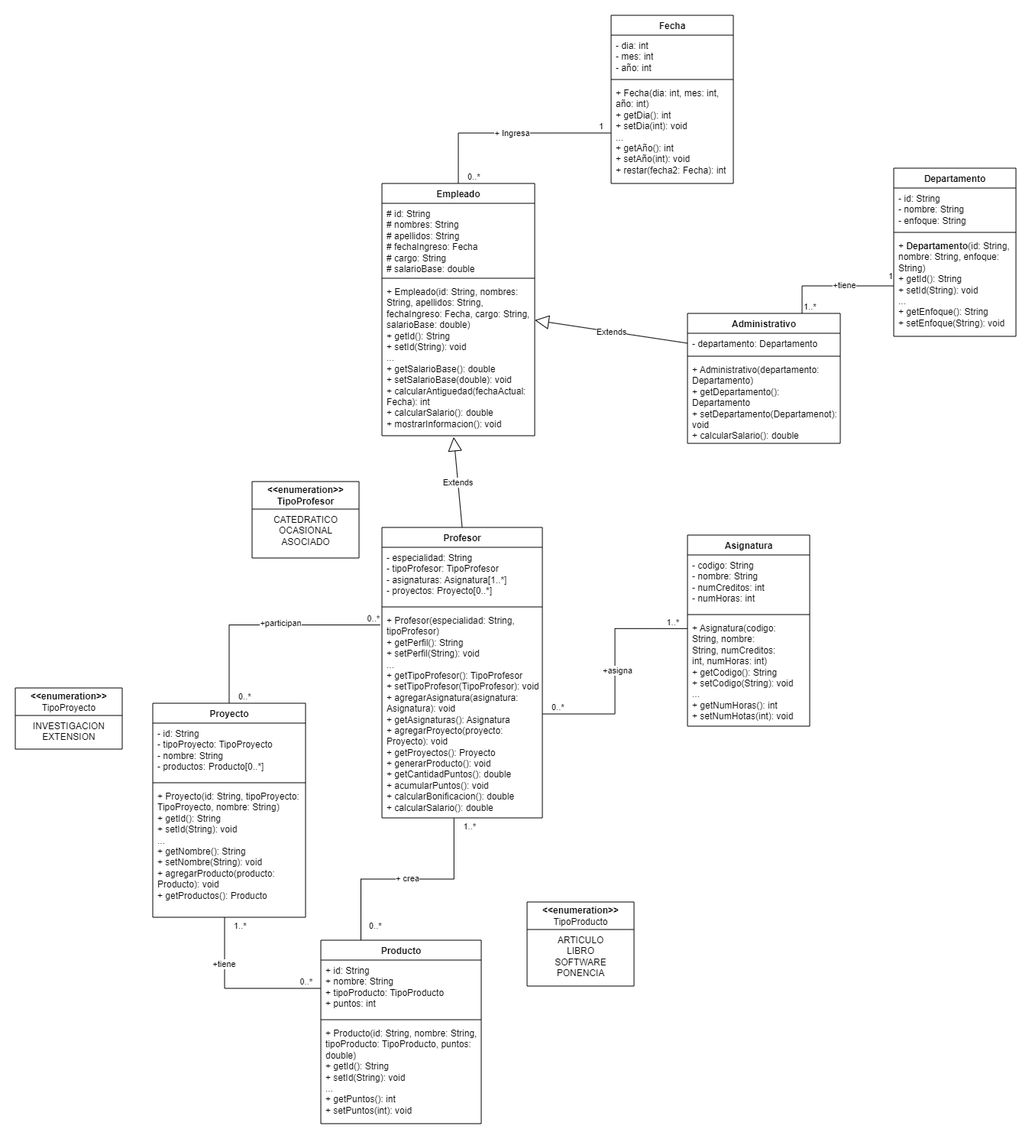
The draw.io diagram SistemaNominaAcademico/SistemaNominaAcademico.png in DiegoRodriguezUFPS/POO-1-B, before a commit. Source tidied: cells renumbered, new cells last; positions are measured from the earlier drawing's top-left corner, leaving out a move shared by most shapes.
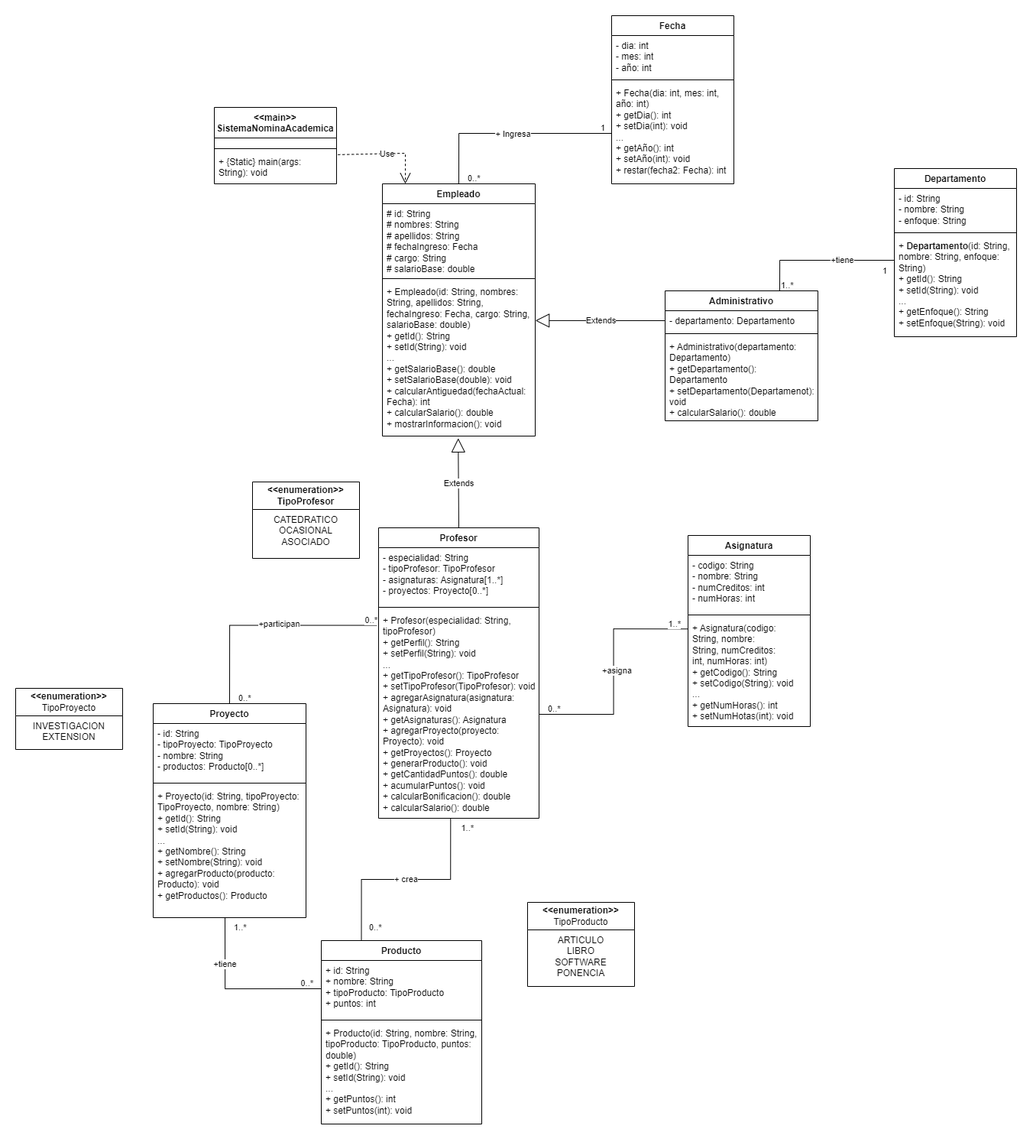
The same file after the commit.

Change to the diagram source:
```diff
@@ -15,7 +15,7 @@
       <mxGeometry y="128" width="200" height="202" as="geometry" />
     </mxCell>
     <mxCell id="6" value="Profesor" style="swimlane;fontStyle=1;align=center;verticalAlign=top;horizontal=1;startSize=26;whiteSpace=wrap;html=1;" parent="1" vertex="1">
-      <mxGeometry x="480" y="670" width="210" height="380" as="geometry" />
+      <mxGeometry x="475" y="670" width="210" height="380" as="geometry" />
     </mxCell>
     <mxCell id="7" value="&lt;div&gt;- especialidad: String&lt;/div&gt;&lt;div&gt;- tipoProfesor: TipoProfesor&lt;/div&gt;&lt;div&gt;- asignaturas: Asignatura[1..*]&lt;/div&gt;&lt;div&gt;- proyectos: Proyecto[0..*]&lt;/div&gt;" style="text;strokeColor=none;fillColor=none;align=left;verticalAlign=top;spacingLeft=4;spacingRight=4;overflow=hidden;whiteSpace=wrap;html=1;" parent="6" vertex="1">
       <mxGeometry y="26" width="210" height="74" as="geometry" />
@@ -38,7 +38,7 @@
     <mxCell id="13" value="+ Fecha(dia: int, mes: int, año: int)&lt;div&gt;+ getDia(): int&lt;/div&gt;&lt;div&gt;+ setDia(int): void&lt;/div&gt;&lt;div&gt;...&lt;/div&gt;&lt;div&gt;+ getAño(): int&lt;/div&gt;&lt;div&gt;+ setAño(int): void&lt;/div&gt;&lt;div&gt;+ restar(fecha2: Fecha): int&lt;/div&gt;" style="text;strokeColor=none;fillColor=none;align=left;verticalAlign=top;spacingLeft=4;spacingRight=4;overflow=hidden;points=[[0,0.5],[1,0.5]];portConstraint=eastwest;whiteSpace=wrap;html=1;" parent="10" vertex="1">
       <mxGeometry y="88" width="160" height="132" as="geometry" />
     </mxCell>
-    <mxCell id="14" value="Extends" style="endArrow=block;endSize=16;endFill=0;html=1;rounded=0;entryX=0.47;entryY=1.009;entryDx=0;entryDy=0;entryPerimeter=0;exitX=0.5;exitY=0;exitDx=0;exitDy=0;" parent="1" edge="1" source="6" target="5">
+    <mxCell id="14" value="Extends" style="endArrow=block;endSize=16;endFill=0;html=1;rounded=0;exitX=0.5;exitY=0;exitDx=0;exitDy=0;entryX=0.496;entryY=1.014;entryDx=0;entryDy=0;entryPerimeter=0;" parent="1" edge="1" source="6" target="5">
       <mxGeometry relative="1" as="geometry" />
     </mxCell>
     <mxCell id="15" style="endArrow=none;html=1;edgeStyle=orthogonalEdgeStyle;rounded=0;exitX=0.5;exitY=0;exitDx=0;exitDy=0;entryX=0;entryY=0.5;entryDx=0;entryDy=0;" parent="1" edge="1" source="2" target="13">
@@ -92,7 +92,7 @@
       <mxGeometry y="36" width="140" height="64" as="geometry" />
     </mxCell>
     <mxCell id="29" value="Administrativo" style="swimlane;fontStyle=1;align=center;verticalAlign=top;horizontal=1;startSize=26;whiteSpace=wrap;html=1;" parent="1" vertex="1">
-      <mxGeometry x="880" y="390" width="200" height="170" as="geometry" />
+      <mxGeometry x="850" y="360" width="200" height="170" as="geometry" />
     </mxCell>
     <mxCell id="30" value="- departamento: Departamento&lt;div&gt;&lt;br&gt;&lt;/div&gt;" style="text;strokeColor=none;fillColor=none;align=left;verticalAlign=top;spacingLeft=4;spacingRight=4;overflow=hidden;points=[[0,0.5],[1,0.5]];portConstraint=eastwest;whiteSpace=wrap;html=1;" parent="29" vertex="1">
       <mxGeometry y="26" width="200" height="26" as="geometry" />
@@ -100,7 +100,7 @@
     <mxCell id="31" style="line;strokeWidth=1;fillColor=none;align=left;verticalAlign=middle;spacingTop=-1;spacingLeft=3;spacingRight=3;labelPosition=right;strokeColor=inherit;" parent="29" vertex="1">
       <mxGeometry y="52" width="200" height="8" as="geometry" />
     </mxCell>
-    <mxCell id="32" value="+ Administrativo(departamento: Departamento)&lt;div&gt;+ getDepartamento(): Departamento&lt;/div&gt;&lt;div&gt;+ setDepartamento(Departamenot): void&lt;/div&gt;&lt;div&gt;+ calcularSalario(): double&lt;/div&gt;" style="text;strokeColor=none;fillColor=none;align=left;verticalAlign=top;spacingLeft=4;spacingRight=4;overflow=hidden;whiteSpace=wrap;html=1;" parent="29" vertex="1">
+    <mxCell id="32" value="+ Administrativo(departamento: Departamento)&lt;div&gt;+ getDepartamento(): Departamento&lt;/div&gt;&lt;div&gt;+ setDepartamento(Departamenot): void&lt;/div&gt;&lt;div&gt;+ calcularSalario(): double&lt;/div&gt;&lt;div&gt;&lt;br&gt;&lt;/div&gt;" style="text;strokeColor=none;fillColor=none;align=left;verticalAlign=top;spacingLeft=4;spacingRight=4;overflow=hidden;whiteSpace=wrap;html=1;" parent="29" vertex="1">
       <mxGeometry y="60" width="200" height="110" as="geometry" />
     </mxCell>
     <mxCell id="33" value="Extends" style="endArrow=block;endSize=16;endFill=0;html=1;rounded=0;entryX=1.001;entryY=0.252;entryDx=0;entryDy=0;entryPerimeter=0;exitX=0;exitY=0.5;exitDx=0;exitDy=0;" parent="1" edge="1" source="30" target="5">
@@ -119,18 +119,25 @@
       <mxGeometry y="88" width="160" height="132" as="geometry" />
     </mxCell>
     <mxCell id="38" style="endArrow=none;html=1;edgeStyle=orthogonalEdgeStyle;rounded=0;exitX=0.75;exitY=0;exitDx=0;exitDy=0;entryX=0;entryY=0.5;entryDx=0;entryDy=0;" parent="1" edge="1" source="29" target="37">
-      <mxGeometry relative="1" as="geometry" />
+      <mxGeometry relative="1" as="geometry">
+        <Array as="points">
+          <mxPoint x="1000" y="320" />
+          <mxPoint x="1150" y="320" />
+        </Array>
+      </mxGeometry>
     </mxCell>
     <mxCell id="39" value="1..*" style="edgeLabel;html=1;align=left;verticalAlign=bottom;" parent="38" vertex="1">
       <mxGeometry x="-1" relative="1" as="geometry" />
     </mxCell>
     <mxCell id="40" value="1" style="edgeLabel;html=1;align=right;verticalAlign=bottom;" parent="38" vertex="1">
       <mxGeometry x="1" relative="1" as="geometry">
-        <mxPoint y="-4" as="offset" />
+        <mxPoint x="-10" y="-14" as="offset" />
       </mxGeometry>
     </mxCell>
     <mxCell id="41" value="+tiene" style="edgeLabel;html=1;align=center;verticalAlign=middle;" parent="38" vertex="1">
-      <mxGeometry x="0.17" y="1" relative="1" as="geometry" />
+      <mxGeometry x="0.17" y="1" relative="1" as="geometry">
+        <mxPoint x="-10" as="offset" />
+      </mxGeometry>
     </mxCell>
     <mxCell id="42" value="Proyecto" style="swimlane;fontStyle=1;align=center;verticalAlign=top;horizontal=1;startSize=26;whiteSpace=wrap;html=1;" parent="1" vertex="1">
       <mxGeometry x="180" y="900" width="200" height="280" as="geometry" />
@@ -214,5 +221,24 @@
     <mxCell id="65" value="+ crea" style="edgeLabel;html=1;align=center;verticalAlign=middle;" parent="62" vertex="1">
       <mxGeometry y="1" relative="1" as="geometry" />
     </mxCell>
+    <mxCell id="66" value="&amp;lt;&amp;lt;main&amp;gt;&amp;gt;&lt;div&gt;SistemaNominaAcademica&lt;/div&gt;&lt;div&gt;&lt;br&gt;&lt;/div&gt;" style="swimlane;fontStyle=1;align=center;verticalAlign=top;horizontal=1;startSize=40;whiteSpace=wrap;html=1;" parent="1" vertex="1">
+      <mxGeometry x="260" y="120" width="160" height="100" as="geometry" />
+    </mxCell>
+    <mxCell id="67" value="&lt;div&gt;&lt;br&gt;&lt;/div&gt;" style="text;strokeColor=none;fillColor=none;align=left;verticalAlign=top;spacingLeft=4;spacingRight=4;overflow=hidden;whiteSpace=wrap;html=1;" parent="66" vertex="1">
+      <mxGeometry y="40" width="160" height="10" as="geometry" />
+    </mxCell>
+    <mxCell id="68" style="line;strokeWidth=1;fillColor=none;align=left;verticalAlign=middle;spacingTop=-1;spacingLeft=3;spacingRight=3;labelPosition=right;strokeColor=inherit;" parent="66" vertex="1">
+      <mxGeometry y="50" width="160" height="8" as="geometry" />
+    </mxCell>
+    <mxCell id="69" value="+ {Static}&lt;span style=&quot;background-color: transparent; color: light-dark(rgb(0, 0, 0), rgb(255, 255, 255));&quot;&gt;&amp;nbsp;main(args: String): void&lt;/span&gt;" style="text;strokeColor=none;fillColor=none;align=left;verticalAlign=top;spacingLeft=4;spacingRight=4;overflow=hidden;points=[[0,0.5],[1,0.5]];portConstraint=eastwest;whiteSpace=wrap;html=1;" parent="66" vertex="1">
+      <mxGeometry y="58" width="160" height="42" as="geometry" />
+    </mxCell>
+    <mxCell id="70" value="Use" style="endArrow=open;endSize=12;dashed=1;html=1;rounded=0;exitX=1.011;exitY=0.092;exitDx=0;exitDy=0;entryX=0.15;entryY=0;entryDx=0;entryDy=0;exitPerimeter=0;entryPerimeter=0;" parent="1" edge="1" source="69" target="2">
+      <mxGeometry relative="1" as="geometry">
+        <Array as="points">
+          <mxPoint x="510" y="180" />
+        </Array>
+      </mxGeometry>
+    </mxCell>
   </root>
 </mxGraphModel>
```
